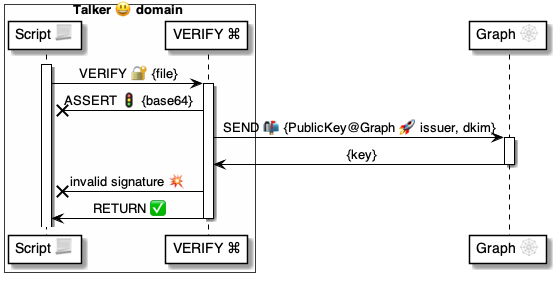
Earlier version of the PlantUML export 4 ⚙️ Solution/37 Scripts 📃/📃 Commands ⌘/⌘ for messages 📨/VERIFY 🔐/VERIFY File 📄/🔐 VERIFY File ⚙️ uml.png (pollyweb-org/pollyweb-docs). Its source is kept beside it as 4 ⚙️ Solution/37 Scripts 📃/📃 Commands ⌘/⌘ for messages 📨/VERIFY 🔐/VERIFY File 📄/🔐 VERIFY File ⚙️ uml.puml. Source of this version:
```plantuml
@startuml VERIFY Domain Message 📨

box Talker 😃 domain #FFFFFA
    participant "Script 📃" as script
    participant "VERIFY ⌘" as verify
end box
participant "Graph 🕸" as graph


activate script
    script -> verify: VERIFY 🔐 {file}

activate verify

    verify -x script: ASSERT 🚦 {base64}

    verify -> graph: SEND 📬 {PublicKey@Graph 🚀 issuer, dkim}
    activate graph
        graph -> verify: {key}
    deactivate graph

    verify -x script: invalid signature 💥

    verify -> script: RETURN ✅

deactivate verify


@enduml
```
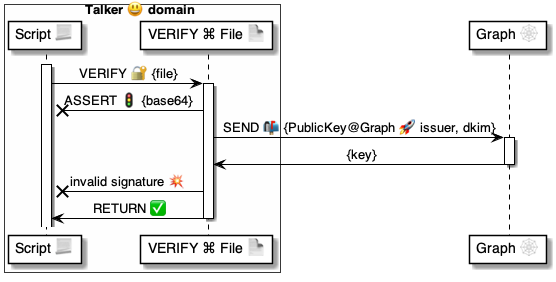
The same diagram one commit later.

The edit, as a diff of the source:
```diff
@@ -1,8 +1,8 @@
-@startuml VERIFY Domain Message 📨
+@startuml VERIFY File 📄
 
 box Talker 😃 domain #FFFFFA
     participant "Script 📃" as script
-    participant "VERIFY ⌘" as verify
+    participant "VERIFY ⌘ File 📄" as verify
 end box
 participant "Graph 🕸" as graph
 
```
